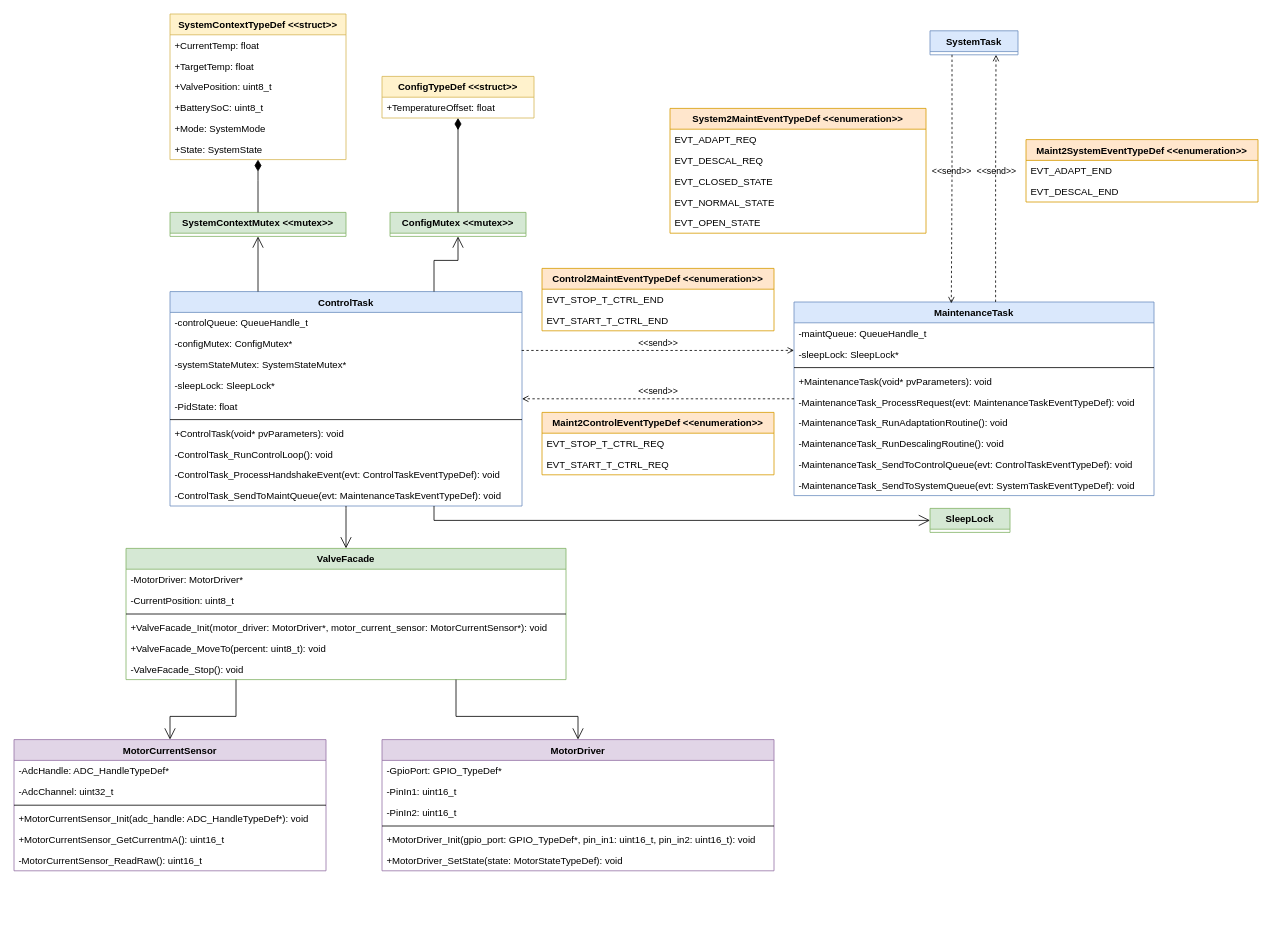
Before: page "actuation" (4 of 6) of software/diagrams/mt-rt-sw-design.drawio in MiraTherm/miratherm-radiator-thermostat-documentation, a draw.io diagram. Source tidied: cells renumbered, new cells numbered last; positions are measured from the earlier drawing's top-left corner, leaving out a move shared by most shapes. Both pictures are drawn from the tidied source at 80%, with x=0, y=0 at pixel (14, 14).
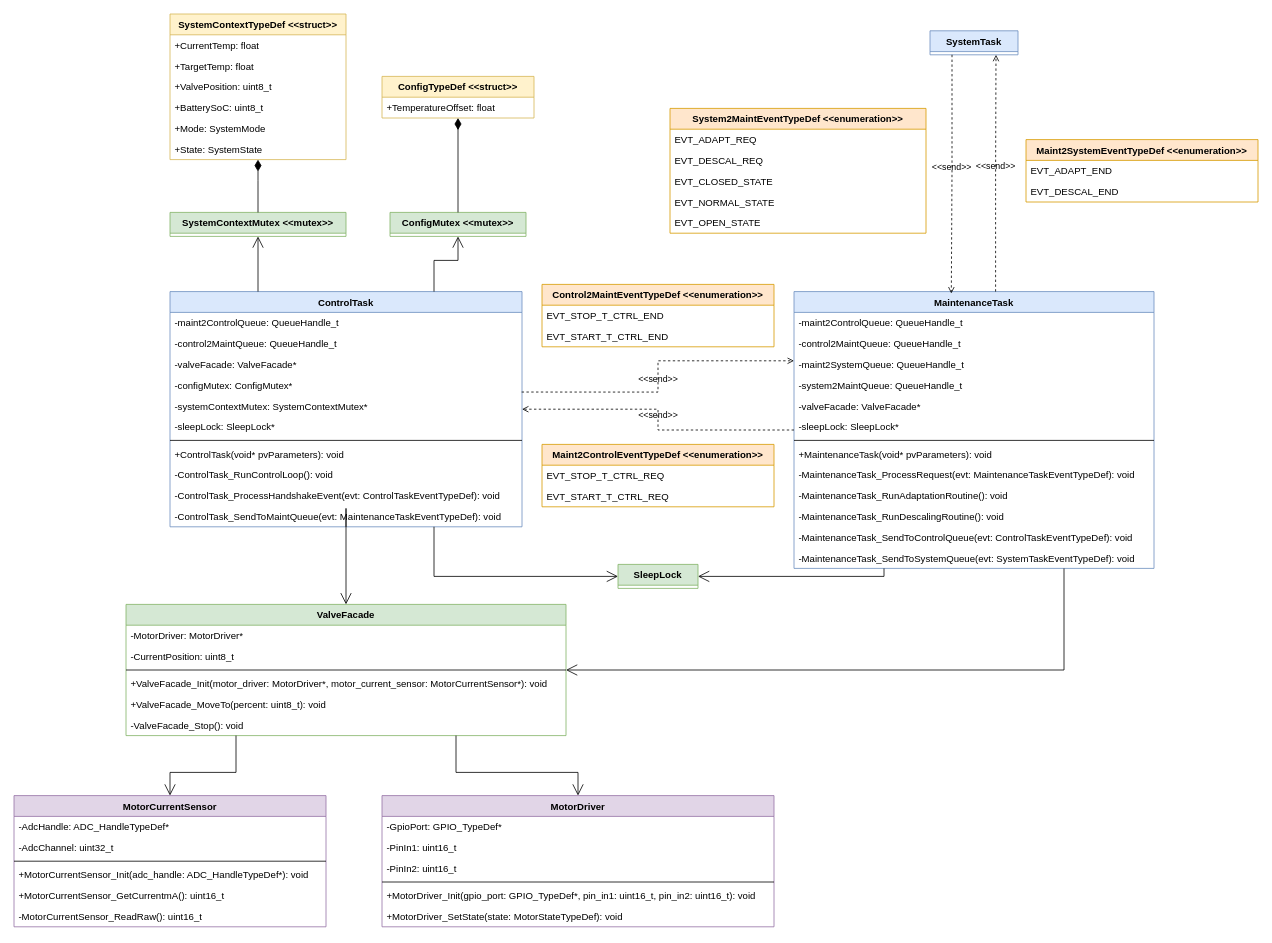
The same diagram, later.

The edit, as a diff of the source:
```diff
@@
     <mxCell id="9" value="MotorDriver" style="swimlane;fontStyle=1;horizontal=1;startSize=26;fillColor=#e1d5e7;strokeColor=#9673a6;" parent="1" vertex="1">
-      <mxGeometry x="460" y="907" width="490" height="164" as="geometry" />
+      <mxGeometry x="460" y="977" width="490" height="164" as="geometry" />
     </mxCell>
@@
     <mxCell id="16" value="MotorCurrentSensor" style="swimlane;fontStyle=1;horizontal=1;startSize=26;fillColor=#e1d5e7;strokeColor=#9673a6;" parent="1" vertex="1">
-      <mxGeometry y="907" width="390" height="164" as="geometry" />
+      <mxGeometry y="977" width="390" height="164" as="geometry" />
     </mxCell>
@@
     <mxCell id="23" value="ValveFacade" style="swimlane;fontStyle=1;horizontal=1;startSize=26;fillColor=#d5e8d4;strokeColor=#82b366;" parent="1" vertex="1">
-      <mxGeometry x="140" y="668" width="550" height="164" as="geometry" />
+      <mxGeometry x="140" y="738" width="550" height="164" as="geometry" />
     </mxCell>
@@
     <mxCell id="30" value="MaintenanceTask" style="swimlane;fontStyle=1;horizontal=1;startSize=26;fillColor=#dae8fc;strokeColor=#6c8ebf;" parent="1" vertex="1">
-      <mxGeometry x="975" y="360" width="450" height="242" as="geometry" />
+      <mxGeometry x="975" y="347" width="450" height="346" as="geometry" />
     </mxCell>
-    <mxCell id="31" value="-maintQueue: QueueHandle_t" style="text;strokeColor=none;fillColor=none;align=left;verticalAlign=top;spacingLeft=4;spacingRight=4;overflow=hidden;" parent="30" vertex="1">
-      <mxGeometry y="26" width="450" height="26" as="geometry" />
-    </mxCell>
+    <mxCell id="88" value="-maint2ControlQueue: QueueHandle_t" style="text;strokeColor=none;fillColor=none;align=left;verticalAlign=top;spacingLeft=4;spacingRight=4;overflow=hidden;" parent="30" vertex="1">
+      <mxGeometry y="26" width="450" height="26" as="geometry" />
+    </mxCell>
+    <mxCell id="89" value="-control2MaintQueue: QueueHandle_t" style="text;strokeColor=none;fillColor=none;align=left;verticalAlign=top;spacingLeft=4;spacingRight=4;overflow=hidden;" parent="30" vertex="1">
+      <mxGeometry y="52" width="450" height="26" as="geometry" />
+    </mxCell>
+    <mxCell id="90" value="-maint2SystemQueue: QueueHandle_t" style="text;strokeColor=none;fillColor=none;align=left;verticalAlign=top;spacingLeft=4;spacingRight=4;overflow=hidden;" parent="30" vertex="1">
+      <mxGeometry y="78" width="450" height="26" as="geometry" />
+    </mxCell>
+    <mxCell id="91" value="-system2MaintQueue: QueueHandle_t" style="text;strokeColor=none;fillColor=none;align=left;verticalAlign=top;spacingLeft=4;spacingRight=4;overflow=hidden;" parent="30" vertex="1">
+      <mxGeometry y="104" width="450" height="26" as="geometry" />
+    </mxCell>
+    <mxCell id="92" value="-valveFacade: ValveFacade*" style="text;strokeColor=none;fillColor=none;align=left;verticalAlign=top;spacingLeft=4;spacingRight=4;overflow=hidden;" parent="30" vertex="1">
+      <mxGeometry y="130" width="450" height="26" as="geometry" />
+    </mxCell>
     <mxCell id="32" value="-sleepLock: SleepLock*" style="text;strokeColor=none;fillColor=none;align=left;verticalAlign=top;spacingLeft=4;spacingRight=4;overflow=hidden;" parent="30" vertex="1">
-      <mxGeometry y="52" width="450" height="26" as="geometry" />
+      <mxGeometry y="156" width="450" height="26" as="geometry" />
     </mxCell>
     <mxCell id="33" style="line;strokeWidth=1;fillColor=none;align=left;verticalAlign=middle;spacingTop=-1;spacingLeft=3;spacingRight=3;labelPosition=right;" parent="30" vertex="1">
-      <mxGeometry y="78" width="450" height="8" as="geometry" />
+      <mxGeometry y="182" width="450" height="8" as="geometry" />
     </mxCell>
     <mxCell id="34" value="+MaintenanceTask(void* pvParameters): void" style="text;strokeColor=none;fillColor=none;align=left;verticalAlign=top;spacingLeft=4;spacingRight=4;overflow=hidden;" parent="30" vertex="1">
-      <mxGeometry y="86" width="450" height="26" as="geometry" />
+      <mxGeometry y="190" width="450" height="26" as="geometry" />
     </mxCell>
     <mxCell id="35" value="-MaintenanceTask_ProcessRequest(evt: MaintenanceTaskEventTypeDef): void" style="text;strokeColor=none;fillColor=none;align=left;verticalAlign=top;spacingLeft=4;spacingRight=4;overflow=hidden;" parent="30" vertex="1">
-      <mxGeometry y="112" width="450" height="26" as="geometry" />
+      <mxGeometry y="216" width="450" height="26" as="geometry" />
     </mxCell>
     <mxCell id="36" value="-MaintenanceTask_RunAdaptationRoutine(): void" style="text;strokeColor=none;fillColor=none;align=left;verticalAlign=top;spacingLeft=4;spacingRight=4;overflow=hidden;" parent="30" vertex="1">
-      <mxGeometry y="138" width="450" height="26" as="geometry" />
+      <mxGeometry y="242" width="450" height="26" as="geometry" />
     </mxCell>
     <mxCell id="37" value="-MaintenanceTask_RunDescalingRoutine(): void" style="text;strokeColor=none;fillColor=none;align=left;verticalAlign=top;spacingLeft=4;spacingRight=4;overflow=hidden;" parent="30" vertex="1">
-      <mxGeometry y="164" width="450" height="26" as="geometry" />
+      <mxGeometry y="268" width="450" height="26" as="geometry" />
     </mxCell>
     <mxCell id="38" value="-MaintenanceTask_SendToControlQueue(evt: ControlTaskEventTypeDef): void" style="text;strokeColor=none;fillColor=none;align=left;verticalAlign=top;spacingLeft=4;spacingRight=4;overflow=hidden;" parent="30" vertex="1">
-      <mxGeometry y="190" width="450" height="26" as="geometry" />
+      <mxGeometry y="294" width="450" height="26" as="geometry" />
     </mxCell>
     <mxCell id="39" value="-MaintenanceTask_SendToSystemQueue(evt: SystemTaskEventTypeDef): void" style="text;strokeColor=none;fillColor=none;align=left;verticalAlign=top;spacingLeft=4;spacingRight=4;overflow=hidden;" parent="30" vertex="1">
-      <mxGeometry y="216" width="450" height="26" as="geometry" />
+      <mxGeometry y="320" width="450" height="26" as="geometry" />
     </mxCell>
     <mxCell id="40" value="ControlTask" style="swimlane;fontStyle=1;horizontal=1;startSize=26;fillColor=#dae8fc;strokeColor=#6c8ebf;" parent="1" vertex="1">
-      <mxGeometry x="195" y="347" width="440" height="268" as="geometry" />
+      <mxGeometry x="195" y="347" width="440" height="294" as="geometry" />
     </mxCell>
-    <mxCell id="41" value="-controlQueue: QueueHandle_t" style="text;strokeColor=none;fillColor=none;align=left;verticalAlign=top;spacingLeft=4;spacingRight=4;overflow=hidden;" parent="40" vertex="1">
-      <mxGeometry y="26" width="440" height="26" as="geometry" />
-    </mxCell>
+    <mxCell id="93" value="-maint2ControlQueue: QueueHandle_t" style="text;strokeColor=none;fillColor=none;align=left;verticalAlign=top;spacingLeft=4;spacingRight=4;overflow=hidden;" parent="40" vertex="1">
+      <mxGeometry y="26" width="440" height="26" as="geometry" />
+    </mxCell>
+    <mxCell id="94" value="-control2MaintQueue: QueueHandle_t" style="text;strokeColor=none;fillColor=none;align=left;verticalAlign=top;spacingLeft=4;spacingRight=4;overflow=hidden;" parent="40" vertex="1">
+      <mxGeometry y="52" width="440" height="26" as="geometry" />
+    </mxCell>
+    <mxCell id="95" value="-valveFacade: ValveFacade*" style="text;strokeColor=none;fillColor=none;align=left;verticalAlign=top;spacingLeft=4;spacingRight=4;overflow=hidden;" parent="40" vertex="1">
+      <mxGeometry y="78" width="440" height="26" as="geometry" />
+    </mxCell>
     <mxCell id="42" value="-configMutex: ConfigMutex*" style="text;strokeColor=none;fillColor=none;align=left;verticalAlign=top;spacingLeft=4;spacingRight=4;overflow=hidden;points=[[0,0.5],[1,0.5]];portConstraint=eastwest;" parent="40" vertex="1">
-      <mxGeometry y="52" width="440" height="26" as="geometry" />
+      <mxGeometry y="104" width="440" height="26" as="geometry" />
     </mxCell>
-    <mxCell id="43" value="-systemStateMutex: SystemStateMutex*" style="text;strokeColor=none;fillColor=none;align=left;verticalAlign=top;spacingLeft=4;spacingRight=4;overflow=hidden;" parent="40" vertex="1">
-      <mxGeometry y="78" width="440" height="26" as="geometry" />
+    <mxCell id="43" value="-systemContextMutex: SystemContextMutex*" style="text;strokeColor=none;fillColor=none;align=left;verticalAlign=top;spacingLeft=4;spacingRight=4;overflow=hidden;" parent="40" vertex="1">
+      <mxGeometry y="130" width="440" height="26" as="geometry" />
     </mxCell>
     <mxCell id="44" value="-sleepLock: SleepLock*" style="text;strokeColor=none;fillColor=none;align=left;verticalAlign=top;spacingLeft=4;spacingRight=4;overflow=hidden;" parent="40" vertex="1">
-      <mxGeometry y="104" width="440" height="26" as="geometry" />
+      <mxGeometry y="156" width="440" height="26" as="geometry" />
     </mxCell>
-    <mxCell id="45" value="-PidState: float" style="text;strokeColor=none;fillColor=none;align=left;verticalAlign=top;spacingLeft=4;spacingRight=4;overflow=hidden;" parent="40" vertex="1">
-      <mxGeometry y="130" width="440" height="26" as="geometry" />
-    </mxCell>
     <mxCell id="46" style="line;strokeWidth=1;fillColor=none;align=left;verticalAlign=middle;spacingTop=-1;spacingLeft=3;spacingRight=3;labelPosition=right;" parent="40" vertex="1">
-      <mxGeometry y="156" width="440" height="8" as="geometry" />
+      <mxGeometry y="182" width="440" height="8" as="geometry" />
     </mxCell>
     <mxCell id="47" value="+ControlTask(void* pvParameters): void" style="text;strokeColor=none;fillColor=none;align=left;verticalAlign=top;spacingLeft=4;spacingRight=4;overflow=hidden;" parent="40" vertex="1">
-      <mxGeometry y="164" width="440" height="26" as="geometry" />
+      <mxGeometry y="190" width="440" height="26" as="geometry" />
     </mxCell>
     <mxCell id="48" value="-ControlTask_RunControlLoop(): void" style="text;strokeColor=none;fillColor=none;align=left;verticalAlign=top;spacingLeft=4;spacingRight=4;overflow=hidden;" parent="40" vertex="1">
-      <mxGeometry y="190" width="440" height="26" as="geometry" />
+      <mxGeometry y="216" width="440" height="26" as="geometry" />
     </mxCell>
     <mxCell id="49" value="-ControlTask_ProcessHandshakeEvent(evt: ControlTaskEventTypeDef): void" style="text;strokeColor=none;fillColor=none;align=left;verticalAlign=top;spacingLeft=4;spacingRight=4;overflow=hidden;" parent="40" vertex="1">
-      <mxGeometry y="216" width="440" height="26" as="geometry" />
+      <mxGeometry y="242" width="440" height="26" as="geometry" />
     </mxCell>
     <mxCell id="50" value="-ControlTask_SendToMaintQueue(evt: MaintenanceTaskEventTypeDef): void" style="text;strokeColor=none;fillColor=none;align=left;verticalAlign=top;spacingLeft=4;spacingRight=4;overflow=hidden;" parent="40" vertex="1">
-      <mxGeometry y="242" width="440" height="26" as="geometry" />
+      <mxGeometry y="268" width="440" height="26" as="geometry" />
     </mxCell>
@@
     <mxCell id="57" value="Maint2ControlEventTypeDef &lt;&lt;enumeration&gt;&gt;" style="swimlane;fontStyle=1;horizontal=1;startSize=26;fillColor=#ffe6cc;strokeColor=#d79b00;" parent="1" vertex="1">
-      <mxGeometry x="660" y="498" width="290" height="78" as="geometry" />
+      <mxGeometry x="660" y="538" width="290" height="78" as="geometry" />
     </mxCell>
@@
     <mxCell id="60" value="SleepLock" style="swimlane;fontStyle=1;horizontal=1;startSize=26;fillColor=#d5e8d4;strokeColor=#82b366;" parent="1" vertex="1" collapsed="1">
-      <mxGeometry x="1145" y="618" width="100" height="30" as="geometry" />
+      <mxGeometry x="755" y="688" width="100" height="30" as="geometry" />
     </mxCell>
     <mxCell id="61" value="Control2MaintEventTypeDef &lt;&lt;enumeration&gt;&gt;" style="swimlane;fontStyle=1;horizontal=1;startSize=26;fillColor=#ffe6cc;strokeColor=#d79b00;" parent="1" vertex="1">
-      <mxGeometry x="660" y="318" width="290" height="78" as="geometry" />
+      <mxGeometry x="660" y="338" width="290" height="78" as="geometry" />
     </mxCell>
@@
     <mxCell id="71" style="endArrow=open;endFill=1;endSize=12;html=1;rounded=0;edgeStyle=orthogonalEdgeStyle;entryX=0.5;entryY=0;entryDx=0;entryDy=0;exitX=0.25;exitY=1;exitDx=0;exitDy=0;" parent="1" edge="1" source="23" target="16">
       <mxGeometry relative="1" as="geometry">
         <Array as="points">
-          <mxPoint x="277" y="878" />
-          <mxPoint x="195" y="878" />
+          <mxPoint x="277" y="948" />
+          <mxPoint x="195" y="948" />
         </Array>
       </mxGeometry>
     </mxCell>
     <mxCell id="72" style="endArrow=open;endFill=1;endSize=12;html=1;rounded=0;edgeStyle=orthogonalEdgeStyle;exitX=0.75;exitY=1;exitDx=0;exitDy=0;entryX=0.5;entryY=0;entryDx=0;entryDy=0;" parent="1" edge="1" source="23" target="9">
       <mxGeometry relative="1" as="geometry">
         <Array as="points">
-          <mxPoint x="553" y="878" />
-          <mxPoint x="705" y="878" />
+          <mxPoint x="553" y="948" />
+          <mxPoint x="705" y="948" />
         </Array>
       </mxGeometry>
     </mxCell>
@@
     <mxCell id="83" value="&amp;lt;&amp;lt;send&amp;gt;&amp;gt;" style="endArrow=open;html=1;rounded=0;align=center;verticalAlign=bottom;dashed=1;endFill=0;labelBackgroundColor=none;edgeStyle=orthogonalEdgeStyle;exitX=0.999;exitY=0.829;exitDx=0;exitDy=0;entryX=0;entryY=0.25;entryDx=0;entryDy=0;exitPerimeter=0;" parent="1" edge="1" source="42" target="30">
-      <mxGeometry relative="1" as="geometry" />
+      <mxGeometry x="-0.05" y="-1" relative="1" as="geometry">
+        <mxPoint x="-1" y="2" as="offset" />
+      </mxGeometry>
     </mxCell>
@@
     <mxCell id="85" value="&amp;lt;&amp;lt;send&amp;gt;&amp;gt;" style="endArrow=open;html=1;rounded=0;align=center;verticalAlign=bottom;dashed=1;endFill=0;labelBackgroundColor=none;edgeStyle=orthogonalEdgeStyle;entryX=1;entryY=0.5;entryDx=0;entryDy=0;exitX=0;exitY=0.5;exitDx=0;exitDy=0;" parent="1" edge="1" source="30" target="40">
-      <mxGeometry relative="1" as="geometry" />
+      <mxGeometry x="-0.02" relative="1" as="geometry" />
     </mxCell>
@@
     <mxCell id="87" style="endArrow=open;endFill=1;endSize=12;html=1;rounded=0;edgeStyle=orthogonalEdgeStyle;entryX=0;entryY=0.5;entryDx=0;entryDy=0;exitX=0.75;exitY=1;exitDx=0;exitDy=0;" parent="1" edge="1" source="40" target="60">
       <mxGeometry relative="1" as="geometry">
         <Array as="points">
-          <mxPoint x="525" y="633" />
+          <mxPoint x="525" y="703" />
         </Array>
       </mxGeometry>
     </mxCell>
+    <mxCell id="96" style="endArrow=open;endFill=1;endSize=12;html=1;rounded=0;edgeStyle=orthogonalEdgeStyle;entryX=1;entryY=0.5;entryDx=0;entryDy=0;exitX=0.25;exitY=1;exitDx=0;exitDy=0;" parent="1" edge="1" source="30" target="60">
+      <mxGeometry relative="1" as="geometry">
+        <Array as="points">
+          <mxPoint x="1088" y="703" />
+        </Array>
+      </mxGeometry>
+    </mxCell>
+    <mxCell id="97" style="endArrow=open;endFill=1;endSize=12;html=1;rounded=0;edgeStyle=orthogonalEdgeStyle;exitX=0.75;exitY=1;exitDx=0;exitDy=0;entryX=1;entryY=0.5;entryDx=0;entryDy=0;" parent="1" edge="1" source="30" target="23">
+      <mxGeometry relative="1" as="geometry">
+        <Array as="points">
+          <mxPoint x="1313" y="820" />
+        </Array>
+      </mxGeometry>
+    </mxCell>
```
